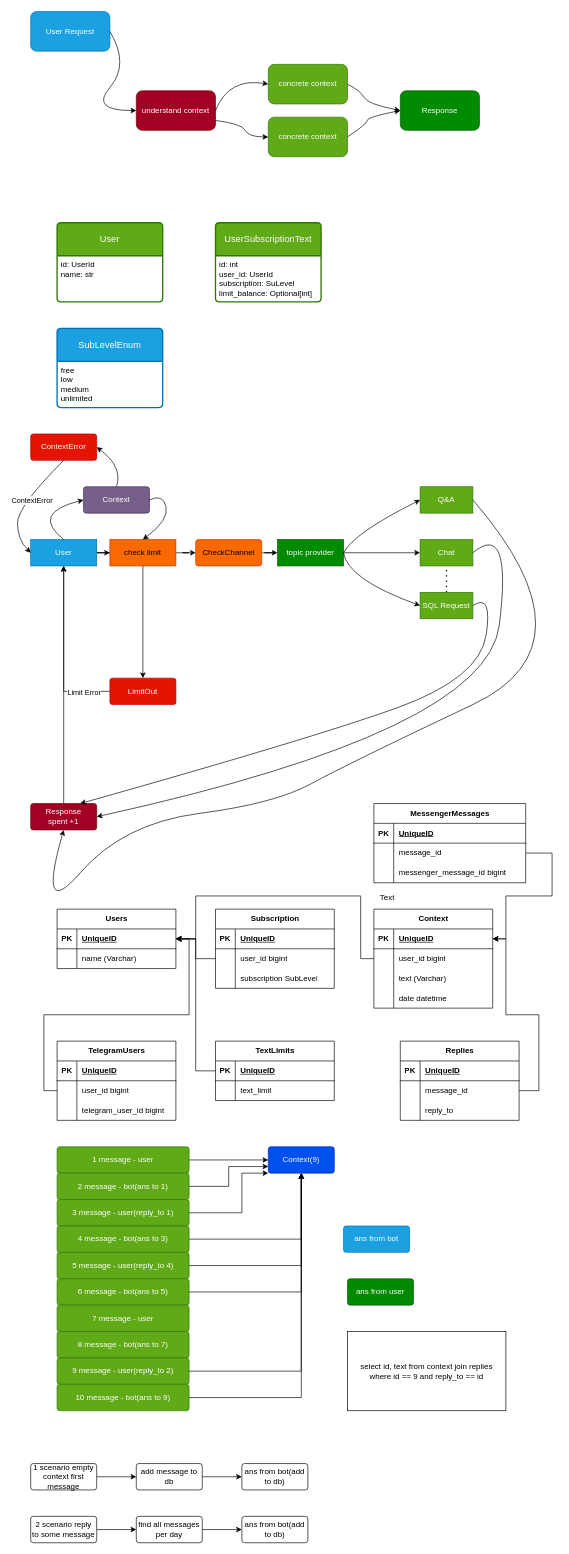
The draw.io diagram page "Страница 1" (1 of 2) of ChatGpt.drawio in KmvRoman/Diagrams, before the edit. Source tidied: cells renumbered, new cells numbered last; positions are measured from the earlier drawing's top-left corner, leaving out a move shared by most shapes. Both pictures are drawn from the tidied source at 66%, with x=0, y=0 at pixel (17, 11).
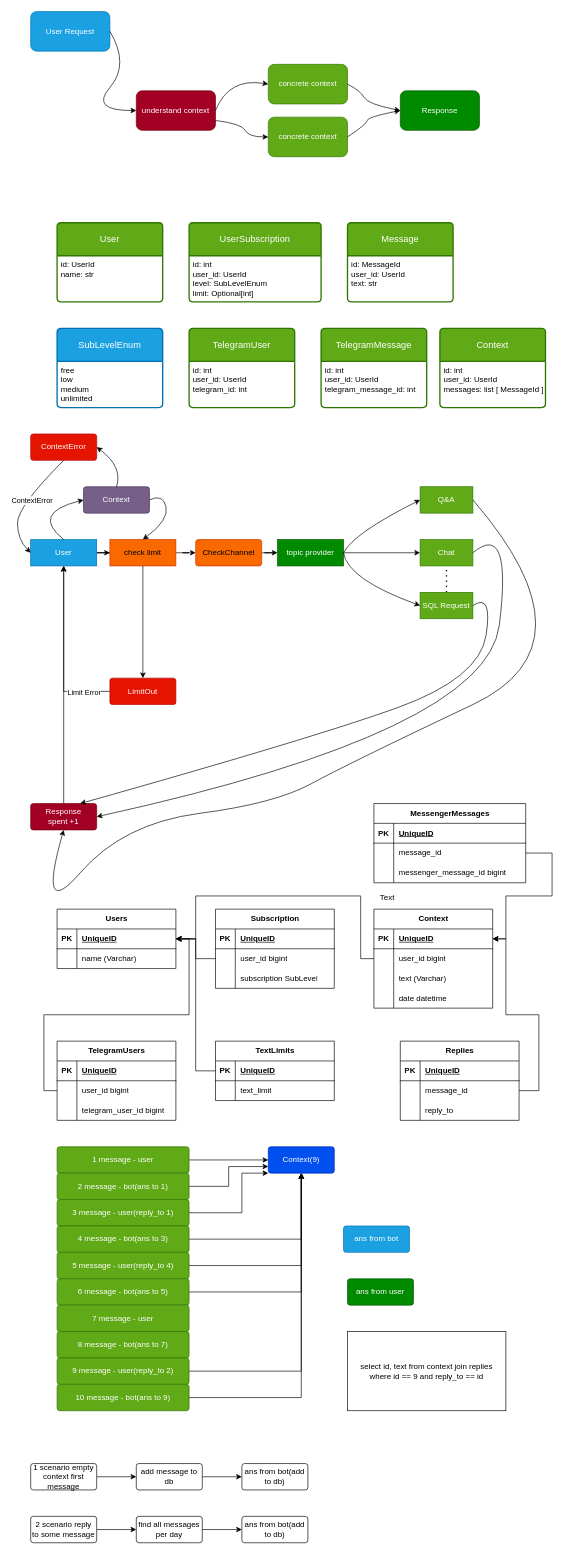
The same page after the edit.

The edit, as a diff of the source:
```diff
@@
-    <mxCell id="21" value="UserSubscriptionText" style="swimlane;horizontal=1;startSize=50;rounded=1;fontSize=14;fontStyle=0;strokeWidth=2;shadow=0;dashed=0;align=center;arcSize=4;whiteSpace=wrap;html=1;fillColor=#60a917;fontColor=#ffffff;strokeColor=#2D7600;" parent="1" vertex="1">
-      <mxGeometry x="300" y="320" width="160" height="120" as="geometry" />
+    <mxCell id="21" value="UserSubscription" style="swimlane;horizontal=1;startSize=50;rounded=1;fontSize=14;fontStyle=0;strokeWidth=2;shadow=0;dashed=0;align=center;arcSize=4;whiteSpace=wrap;html=1;fillColor=#60a917;fontColor=#ffffff;strokeColor=#2D7600;" parent="1" vertex="1">
+      <mxGeometry x="260" y="320" width="200" height="120" as="geometry" />
     </mxCell>
-    <mxCell id="22" value="id: int&lt;br&gt;user_id: UserId&lt;br&gt;subscription: SuLevel&lt;br&gt;limit_balance: Optional[int]" style="align=left;strokeColor=none;fillColor=none;spacingLeft=4;fontSize=12;verticalAlign=top;html=1;" parent="21" vertex="1">
-      <mxGeometry y="50" width="160" height="70" as="geometry" />
+    <mxCell id="22" value="id: int&lt;br&gt;user_id: UserId&lt;br&gt;level: SubLevelEnum&lt;br&gt;limit: Optional[int]" style="align=left;strokeColor=none;fillColor=none;spacingLeft=4;fontSize=12;verticalAlign=top;html=1;" parent="21" vertex="1">
+      <mxGeometry y="50" width="200" height="70" as="geometry" />
     </mxCell>
@@
+    <mxCell id="155" value="TelegramUser" style="swimlane;horizontal=1;startSize=50;rounded=1;fontSize=14;fontStyle=0;strokeWidth=2;shadow=0;dashed=0;align=center;arcSize=4;whiteSpace=wrap;html=1;fillColor=#60a917;fontColor=#ffffff;strokeColor=#2D7600;" parent="1" vertex="1">
+      <mxGeometry x="260" y="480" width="160" height="120" as="geometry" />
+    </mxCell>
+    <mxCell id="156" value="id: int&lt;br&gt;user_id: UserId&lt;br&gt;telegram_id: int" style="align=left;strokeColor=none;fillColor=none;spacingLeft=4;fontSize=12;verticalAlign=top;html=1;" parent="155" vertex="1">
+      <mxGeometry y="50" width="160" height="70" as="geometry" />
+    </mxCell>
+    <mxCell id="157" value="TelegramMessage" style="swimlane;horizontal=1;startSize=50;rounded=1;fontSize=14;fontStyle=0;strokeWidth=2;shadow=0;dashed=0;align=center;arcSize=4;whiteSpace=wrap;html=1;fillColor=#60a917;fontColor=#ffffff;strokeColor=#2D7600;" parent="1" vertex="1">
+      <mxGeometry x="460" y="480" width="160" height="120" as="geometry" />
+    </mxCell>
+    <mxCell id="158" value="id: int&lt;br&gt;user_id: UserId&lt;br&gt;telegram_message_id: int" style="align=left;strokeColor=none;fillColor=none;spacingLeft=4;fontSize=12;verticalAlign=top;html=1;" parent="157" vertex="1">
+      <mxGeometry y="50" width="160" height="70" as="geometry" />
+    </mxCell>
+    <mxCell id="159" value="Context" style="swimlane;horizontal=1;startSize=50;rounded=1;fontSize=14;fontStyle=0;strokeWidth=2;shadow=0;dashed=0;align=center;arcSize=4;whiteSpace=wrap;html=1;fillColor=#60a917;fontColor=#ffffff;strokeColor=#2D7600;" parent="1" vertex="1">
+      <mxGeometry x="640" y="480" width="160" height="120" as="geometry" />
+    </mxCell>
+    <mxCell id="160" value="id: int&lt;br&gt;user_id: UserId&lt;br&gt;messages: list [ MessageId ]&amp;nbsp;" style="align=left;strokeColor=none;fillColor=none;spacingLeft=4;fontSize=12;verticalAlign=top;html=1;" parent="159" vertex="1">
+      <mxGeometry y="50" width="160" height="70" as="geometry" />
+    </mxCell>
+    <mxCell id="161" value="Message" style="swimlane;horizontal=1;startSize=50;rounded=1;fontSize=14;fontStyle=0;strokeWidth=2;shadow=0;dashed=0;align=center;arcSize=4;whiteSpace=wrap;html=1;fillColor=#60a917;fontColor=#ffffff;strokeColor=#2D7600;" parent="1" vertex="1">
+      <mxGeometry x="500" y="320" width="160" height="120" as="geometry" />
+    </mxCell>
+    <mxCell id="162" value="id: MessageId&lt;br&gt;user_id: UserId&lt;br&gt;text: str" style="align=left;strokeColor=none;fillColor=none;spacingLeft=4;fontSize=12;verticalAlign=top;html=1;" parent="161" vertex="1">
+      <mxGeometry y="50" width="160" height="70" as="geometry" />
+    </mxCell>
```
